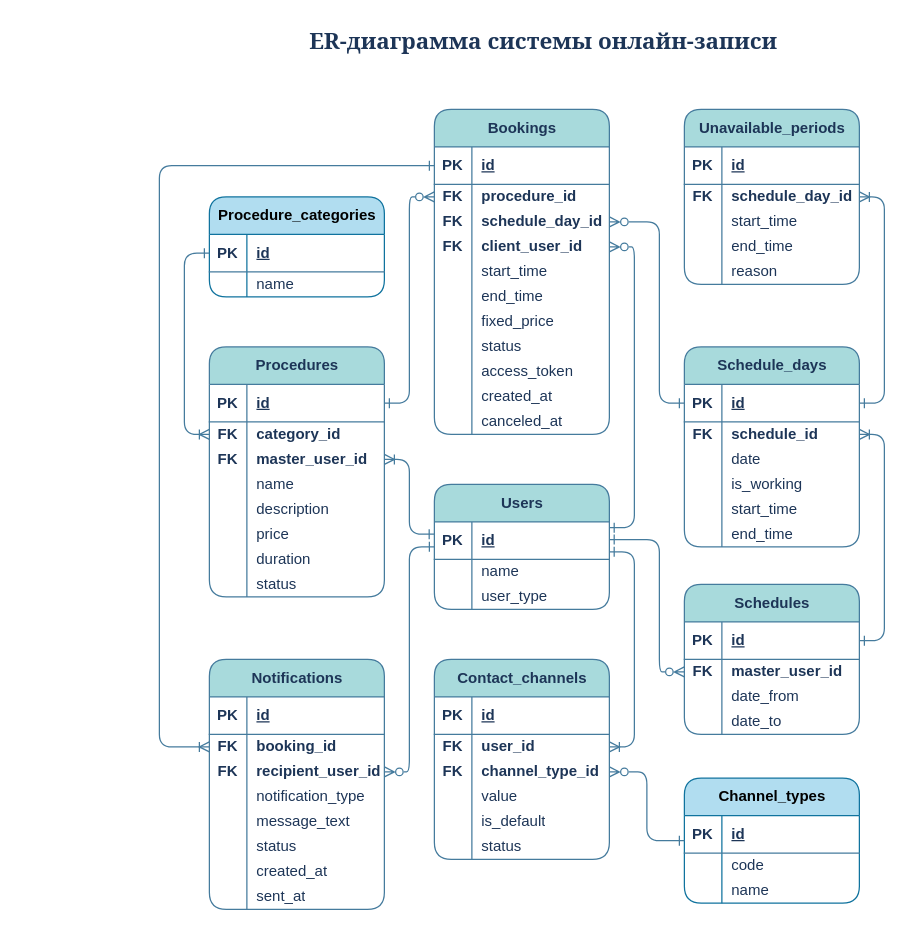
The draw.io diagram Case 01: online booking/data-model/er-diagram.drawio in Katerina-analyst/Portfolio, before the edit. Source tidied: cells renumbered, new cells numbered last; positions are measured from the earlier drawing's top-left corner, leaving out a move shared by most shapes. Both pictures are drawn from the tidied source at 125%, with x=0, y=0 at pixel (21, 21).
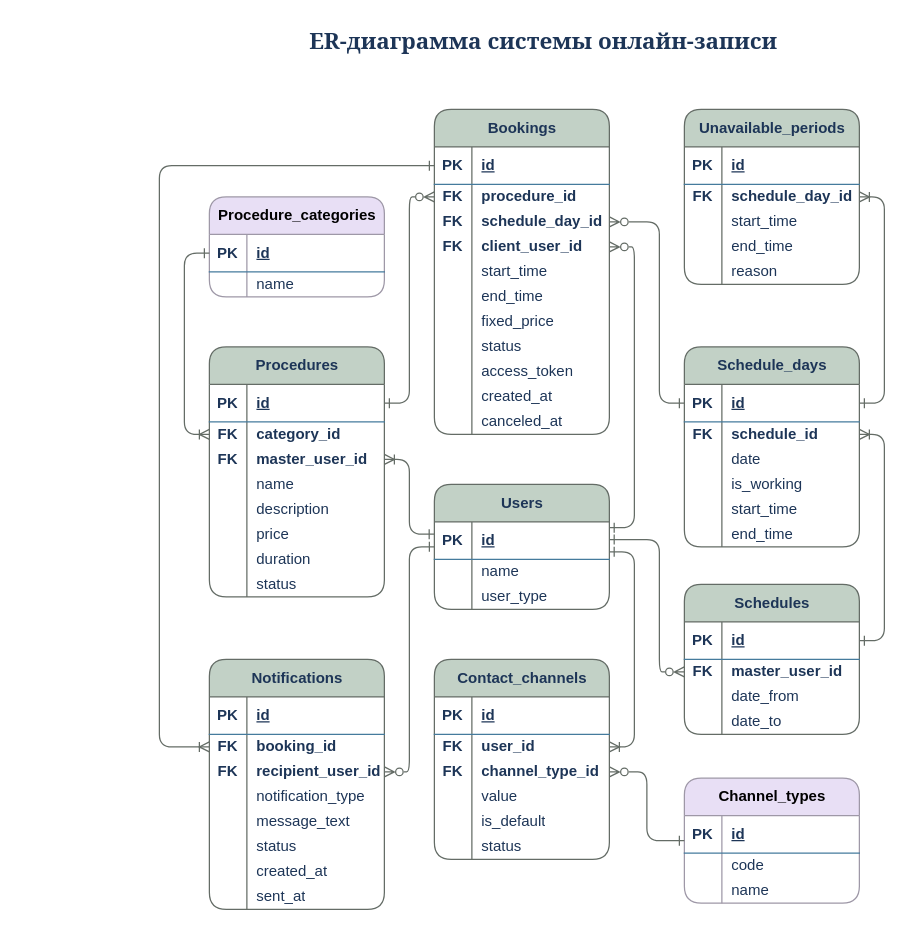
After the change.

The change refers to these unchanged cells:
```xml
<mxCell id="3" style="shape=tableRow;horizontal=0;startSize=0;swimlaneHead=0;swimlaneBody=0;fillColor=none;points=[[0,0.5],[1,0.5]];portConstraint=eastwest;top=0;left=0;right=0;bottom=1;swimlaneFillColor=none;shadow=0;labelBackgroundColor=none;strokeColor=#457B9D;fontColor=#1D3557;rounded=1;" parent="2" vertex="1">
  <mxGeometry y="30" width="140" height="30" as="geometry" />
</mxCell>
<mxCell id="6" style="shape=tableRow;horizontal=0;startSize=0;swimlaneHead=0;swimlaneBody=0;fillColor=none;points=[[0,0.5],[1,0.5]];portConstraint=eastwest;top=0;left=0;right=0;bottom=0;swimlaneFillColor=none;shadow=0;labelBackgroundColor=none;strokeColor=#457B9D;fontColor=#1D3557;rounded=1;" parent="2" vertex="1">
  <mxGeometry y="60" width="140" height="20" as="geometry" />
</mxCell>
<mxCell id="9" style="shape=tableRow;horizontal=0;startSize=0;swimlaneHead=0;swimlaneBody=0;fillColor=none;points=[[0,0.5],[1,0.5]];portConstraint=eastwest;top=0;left=0;right=0;bottom=0;swimlaneFillColor=none;shadow=0;labelBackgroundColor=none;strokeColor=#457B9D;fontColor=#1D3557;rounded=1;" parent="2" vertex="1">
  <mxGeometry y="80" width="140" height="20" as="geometry" />
</mxCell>
<mxCell id="28" style="shape=tableRow;horizontal=0;startSize=0;swimlaneHead=0;swimlaneBody=0;fillColor=none;points=[[0,0.5],[1,0.5]];portConstraint=eastwest;top=0;left=0;right=0;bottom=1;swimlaneFillColor=none;shadow=0;labelBackgroundColor=none;strokeColor=#457B9D;fontColor=#1D3557;rounded=1;" parent="27" vertex="1">
  <mxGeometry y="30" width="140" height="30" as="geometry" />
</mxCell>
<mxCell id="41" style="shape=tableRow;horizontal=0;startSize=0;swimlaneHead=0;swimlaneBody=0;fillColor=none;points=[[0,0.5],[1,0.5]];portConstraint=eastwest;top=0;left=0;right=0;bottom=0;swimlaneFillColor=none;shadow=0;labelBackgroundColor=none;strokeColor=#457B9D;fontColor=#1D3557;rounded=1;" parent="37" vertex="1">
  <mxGeometry y="60" width="140" height="20" as="geometry" />
</mxCell>
<mxCell id="44" style="shape=tableRow;horizontal=0;startSize=0;swimlaneHead=0;swimlaneBody=0;fillColor=none;points=[[0,0.5],[1,0.5]];portConstraint=eastwest;top=0;left=0;right=0;bottom=0;swimlaneFillColor=none;shadow=0;labelBackgroundColor=none;strokeColor=#457B9D;fontColor=#1D3557;rounded=1;" parent="37" vertex="1">
  <mxGeometry y="80" width="140" height="20" as="geometry" />
</mxCell>
<mxCell id="57" style="shape=tableRow;horizontal=0;startSize=0;swimlaneHead=0;swimlaneBody=0;fillColor=none;points=[[0,0.5],[1,0.5]];portConstraint=eastwest;top=0;left=0;right=0;bottom=1;labelBackgroundColor=none;strokeColor=#457B9D;fontColor=#1D3557;rounded=1;" parent="56" vertex="1">
  <mxGeometry y="30" width="140" height="30" as="geometry" />
</mxCell>
<mxCell id="67" style="shape=tableRow;horizontal=0;startSize=0;swimlaneHead=0;swimlaneBody=0;fillColor=none;points=[[0,0.5],[1,0.5]];portConstraint=eastwest;top=0;left=0;right=0;bottom=0;swimlaneFillColor=none;shadow=0;labelBackgroundColor=none;strokeColor=#457B9D;fontColor=#1D3557;rounded=1;" parent="63" vertex="1">
  <mxGeometry y="60" width="140" height="20" as="geometry" />
</mxCell>
<mxCell id="70" style="shape=tableRow;horizontal=0;startSize=0;swimlaneHead=0;swimlaneBody=0;fillColor=none;points=[[0,0.5],[1,0.5]];portConstraint=eastwest;top=0;left=0;right=0;bottom=0;swimlaneFillColor=none;shadow=0;labelBackgroundColor=none;strokeColor=#457B9D;fontColor=#1D3557;rounded=1;" parent="63" vertex="1">
  <mxGeometry y="80" width="140" height="20" as="geometry" />
</mxCell>
<mxCell id="89" style="shape=tableRow;horizontal=0;startSize=0;swimlaneHead=0;swimlaneBody=0;fillColor=none;points=[[0,0.5],[1,0.5]];portConstraint=eastwest;top=0;left=0;right=0;bottom=1;swimlaneFillColor=none;shadow=0;labelBackgroundColor=none;strokeColor=#457B9D;fontColor=#1D3557;rounded=1;" parent="88" vertex="1">
  <mxGeometry y="30" width="140" height="30" as="geometry" />
</mxCell>
<mxCell id="92" style="shape=tableRow;horizontal=0;startSize=0;swimlaneHead=0;swimlaneBody=0;fillColor=none;points=[[0,0.5],[1,0.5]];portConstraint=eastwest;top=0;left=0;right=0;bottom=0;swimlaneFillColor=none;shadow=0;labelBackgroundColor=none;strokeColor=#457B9D;fontColor=#1D3557;rounded=1;" parent="88" vertex="1">
  <mxGeometry y="60" width="140" height="20" as="geometry" />
</mxCell>
<mxCell id="95" style="shape=tableRow;horizontal=0;startSize=0;swimlaneHead=0;swimlaneBody=0;fillColor=none;points=[[0,0.5],[1,0.5]];portConstraint=eastwest;top=0;left=0;right=0;bottom=0;swimlaneFillColor=none;shadow=0;labelBackgroundColor=none;strokeColor=#457B9D;fontColor=#1D3557;rounded=1;" parent="88" vertex="1">
  <mxGeometry y="80" width="140" height="20" as="geometry" />
</mxCell>
<mxCell id="98" style="shape=tableRow;horizontal=0;startSize=0;swimlaneHead=0;swimlaneBody=0;fillColor=none;points=[[0,0.5],[1,0.5]];portConstraint=eastwest;top=0;left=0;right=0;bottom=0;swimlaneFillColor=none;shadow=0;labelBackgroundColor=none;strokeColor=#457B9D;fontColor=#1D3557;rounded=1;" parent="88" vertex="1">
  <mxGeometry y="100" width="140" height="20" as="geometry" />
</mxCell>
<mxCell id="123" style="shape=tableRow;horizontal=0;startSize=0;swimlaneHead=0;swimlaneBody=0;fillColor=none;points=[[0,0.5],[1,0.5]];portConstraint=eastwest;top=0;left=0;right=0;bottom=1;swimlaneFillColor=none;shadow=0;labelBackgroundColor=none;strokeColor=#457B9D;fontColor=#1D3557;rounded=1;" parent="122" vertex="1">
  <mxGeometry y="30" width="140" height="30" as="geometry" />
</mxCell>
<mxCell id="136" style="shape=tableRow;horizontal=0;startSize=0;swimlaneHead=0;swimlaneBody=0;fillColor=none;points=[[0,0.5],[1,0.5]];portConstraint=eastwest;top=0;left=0;right=0;bottom=0;swimlaneFillColor=none;shadow=0;labelBackgroundColor=none;strokeColor=#457B9D;fontColor=#1D3557;rounded=1;" parent="132" vertex="1">
  <mxGeometry y="60" width="140" height="20" as="geometry" />
</mxCell>
<mxCell id="149" style="shape=tableRow;horizontal=0;startSize=0;swimlaneHead=0;swimlaneBody=0;fillColor=none;points=[[0,0.5],[1,0.5]];portConstraint=eastwest;top=0;left=0;right=0;bottom=1;swimlaneFillColor=none;shadow=0;labelBackgroundColor=none;strokeColor=#457B9D;fontColor=#1D3557;rounded=1;" parent="148" vertex="1">
  <mxGeometry y="30" width="140" height="30" as="geometry" />
</mxCell>
<mxCell id="152" style="shape=tableRow;horizontal=0;startSize=0;swimlaneHead=0;swimlaneBody=0;fillColor=none;points=[[0,0.5],[1,0.5]];portConstraint=eastwest;top=0;left=0;right=0;bottom=0;swimlaneFillColor=none;shadow=0;labelBackgroundColor=none;strokeColor=#457B9D;fontColor=#1D3557;rounded=1;" parent="148" vertex="1">
  <mxGeometry y="60" width="140" height="20" as="geometry" />
</mxCell>
<mxCell id="168" style="shape=tableRow;horizontal=0;startSize=0;swimlaneHead=0;swimlaneBody=0;fillColor=none;points=[[0,0.5],[1,0.5]];portConstraint=eastwest;top=0;left=0;right=0;bottom=1;swimlaneFillColor=none;shadow=0;labelBackgroundColor=none;strokeColor=#457B9D;fontColor=#1D3557;rounded=1;" parent="167" vertex="1">
  <mxGeometry y="30" width="140" height="30" as="geometry" />
</mxCell>
<mxCell id="171" style="shape=tableRow;horizontal=0;startSize=0;swimlaneHead=0;swimlaneBody=0;fillColor=none;points=[[0,0.5],[1,0.5]];portConstraint=eastwest;top=0;left=0;right=0;bottom=0;swimlaneFillColor=none;shadow=0;labelBackgroundColor=none;strokeColor=#457B9D;fontColor=#1D3557;rounded=1;" parent="167" vertex="1">
  <mxGeometry y="60" width="140" height="20" as="geometry" />
</mxCell>
```

Diff of the diagram source:
```diff
@@
-    <mxCell id="2" value="Procedures" style="shape=table;startSize=30;childLayout=tableLayout;rowLines=0;fontStyle=1;align=center;html=1;swimlaneFillColor=none;shadow=0;rounded=1;fillColor=#A8DADC;strokeColor=#457B9D;labelBackgroundColor=none;fontColor=#1D3557;" parent="1" vertex="1">
+    <mxCell id="2" value="Procedures" style="shape=table;startSize=30;childLayout=tableLayout;rowLines=0;fontStyle=1;align=center;html=1;swimlaneFillColor=none;shadow=0;rounded=1;fillColor=#C2D1C6;strokeColor=#646C66;labelBackgroundColor=none;fontColor=#1D3557;" parent="1" vertex="1">
       <mxGeometry x="150" y="260" width="140" height="200" as="geometry" />
     </mxCell>
@@
-    <mxCell id="27" value="Users" style="shape=table;startSize=30;childLayout=tableLayout;rowLines=0;fontStyle=1;align=center;html=1;swimlaneFillColor=none;shadow=0;rounded=1;fillColor=#A8DADC;strokeColor=#457B9D;labelBackgroundColor=none;fontColor=#1D3557;" parent="1" vertex="1">
+    <mxCell id="27" value="Users" style="shape=table;startSize=30;childLayout=tableLayout;rowLines=0;fontStyle=1;align=center;html=1;swimlaneFillColor=none;shadow=0;rounded=1;fillColor=#C2D1C6;strokeColor=#646C66;labelBackgroundColor=none;fontColor=#1D3557;" parent="1" vertex="1">
       <mxGeometry x="330" y="370" width="140" height="100" as="geometry" />
     </mxCell>
@@
-    <mxCell id="37" value="Contact_channels" style="shape=table;startSize=30;childLayout=tableLayout;rowLines=0;fontStyle=1;align=center;html=1;swimlaneFillColor=none;shadow=0;rounded=1;fillColor=#A8DADC;strokeColor=#457B9D;labelBackgroundColor=none;fontColor=#1D3557;" parent="1" vertex="1">
+    <mxCell id="37" value="Contact_channels" style="shape=table;startSize=30;childLayout=tableLayout;rowLines=0;fontStyle=1;align=center;html=1;swimlaneFillColor=none;shadow=0;rounded=1;fillColor=#C2D1C6;strokeColor=#646C66;labelBackgroundColor=none;fontColor=#1D3557;" parent="1" vertex="1">
       <mxGeometry x="330" y="510" width="140" height="160" as="geometry" />
     </mxCell>
@@
-    <mxCell id="56" value="Procedure_categories" style="shape=table;startSize=30;childLayout=tableLayout;rowLines=0;fontStyle=1;align=center;html=1;rounded=1;swimlaneLine=1;columnLines=1;resizeLastRow=0;swimlaneHead=1;swimlaneBody=1;horizontal=1;top=1;bottom=1;left=1;fixDash=0;fillColor=#b1ddf0;strokeColor=#10739e;labelBackgroundColor=none;" parent="1" vertex="1">
+    <mxCell id="56" value="Procedure_categories" style="shape=table;startSize=30;childLayout=tableLayout;rowLines=0;fontStyle=1;align=center;html=1;rounded=1;swimlaneLine=1;columnLines=1;resizeLastRow=0;swimlaneHead=1;swimlaneBody=1;horizontal=1;top=1;bottom=1;left=1;fixDash=0;fillColor=#E8DFF5;strokeColor=#9E98A7;labelBackgroundColor=none;" parent="1" vertex="1">
       <mxGeometry x="150" y="140" width="140" height="80" as="geometry" />
     </mxCell>
@@
-    <mxCell id="63" value="Notifications" style="shape=table;startSize=30;childLayout=tableLayout;rowLines=0;fontStyle=1;align=center;html=1;swimlaneFillColor=none;shadow=0;rounded=1;fillColor=#A8DADC;strokeColor=#457B9D;labelBackgroundColor=none;fontColor=#1D3557;" parent="1" vertex="1">
+    <mxCell id="63" value="Notifications" style="shape=table;startSize=30;childLayout=tableLayout;rowLines=0;fontStyle=1;align=center;html=1;swimlaneFillColor=none;shadow=0;rounded=1;fillColor=#C2D1C6;strokeColor=#646C66;labelBackgroundColor=none;fontColor=#1D3557;" parent="1" vertex="1">
       <mxGeometry x="150" y="510" width="140" height="200" as="geometry" />
     </mxCell>
@@
-    <mxCell id="88" value="Bookings" style="shape=table;startSize=30;childLayout=tableLayout;rowLines=0;fontStyle=1;align=center;html=1;swimlaneFillColor=none;shadow=0;rounded=1;fillColor=#A8DADC;strokeColor=#457B9D;labelBackgroundColor=none;fontColor=#1D3557;" parent="1" vertex="1">
+    <mxCell id="88" value="Bookings" style="shape=table;startSize=30;childLayout=tableLayout;rowLines=0;fontStyle=1;align=center;html=1;swimlaneFillColor=none;shadow=0;rounded=1;fillColor=#C2D1C6;strokeColor=#646C66;labelBackgroundColor=none;fontColor=#1D3557;" parent="1" vertex="1">
       <mxGeometry x="330" y="70" width="140" height="260" as="geometry" />
     </mxCell>
@@
-    <mxCell id="122" value="Channel_types" style="shape=table;startSize=30;childLayout=tableLayout;rowLines=0;fontStyle=1;align=center;html=1;swimlaneFillColor=none;shadow=0;rounded=1;fillColor=#b1ddf0;strokeColor=#10739e;labelBackgroundColor=none;" parent="1" vertex="1">
+    <mxCell id="122" value="Channel_types" style="shape=table;startSize=30;childLayout=tableLayout;rowLines=0;fontStyle=1;align=center;html=1;swimlaneFillColor=none;shadow=0;rounded=1;fillColor=#E8DFF5;strokeColor=#9E98A7;labelBackgroundColor=none;" parent="1" vertex="1">
       <mxGeometry x="530" y="605" width="140" height="100" as="geometry" />
     </mxCell>
@@
-    <mxCell id="132" value="Unavailable_periods" style="shape=table;startSize=30;childLayout=tableLayout;rowLines=0;fontStyle=1;align=center;html=1;swimlaneFillColor=none;shadow=0;rounded=1;fillColor=#A8DADC;strokeColor=#457B9D;labelBackgroundColor=none;fontColor=#1D3557;" parent="1" vertex="1">
+    <mxCell id="132" value="Unavailable_periods" style="shape=table;startSize=30;childLayout=tableLayout;rowLines=0;fontStyle=1;align=center;html=1;swimlaneFillColor=none;shadow=0;rounded=1;fillColor=#C2D1C6;strokeColor=#646C66;labelBackgroundColor=none;fontColor=#1D3557;" parent="1" vertex="1">
       <mxGeometry x="530" y="70" width="140" height="140" as="geometry" />
     </mxCell>
@@
-    <mxCell id="148" value="Schedule_days" style="shape=table;startSize=30;childLayout=tableLayout;rowLines=0;fontStyle=1;align=center;html=1;swimlaneFillColor=none;shadow=0;rounded=1;fillColor=#A8DADC;strokeColor=#457B9D;labelBackgroundColor=none;fontColor=#1D3557;" parent="1" vertex="1">
+    <mxCell id="148" value="Schedule_days" style="shape=table;startSize=30;childLayout=tableLayout;rowLines=0;fontStyle=1;align=center;html=1;swimlaneFillColor=none;shadow=0;rounded=1;fillColor=#C2D1C6;strokeColor=#646C66;labelBackgroundColor=none;fontColor=#1D3557;" parent="1" vertex="1">
       <mxGeometry x="530" y="260" width="140" height="160" as="geometry" />
     </mxCell>
@@
-    <mxCell id="167" value="Schedules" style="shape=table;startSize=30;childLayout=tableLayout;rowLines=0;fontStyle=1;align=center;html=1;swimlaneFillColor=none;shadow=0;rounded=1;fillColor=#A8DADC;strokeColor=#457B9D;labelBackgroundColor=none;fontColor=#1D3557;" parent="1" vertex="1">
+    <mxCell id="167" value="Schedules" style="shape=table;startSize=30;childLayout=tableLayout;rowLines=0;fontStyle=1;align=center;html=1;swimlaneFillColor=none;shadow=0;rounded=1;fillColor=#C2D1C6;strokeColor=#646C66;labelBackgroundColor=none;fontColor=#1D3557;" parent="1" vertex="1">
       <mxGeometry x="530" y="450" width="140" height="120" as="geometry" />
     </mxCell>
@@
-    <mxCell id="180" value="&#10;&#10;&#10;&#10;&#10;&#10;" style="text;whiteSpace=wrap;labelBackgroundColor=none;fontColor=#1D3557;rounded=1;" parent="1" vertex="1">
-      <mxGeometry y="500" width="120" height="120" as="geometry" />
-    </mxCell>
-    <mxCell id="181" style="edgeStyle=orthogonalEdgeStyle;fontSize=12;html=1;endArrow=ERoneToMany;rounded=1;startArrow=ERone;startFill=0;exitX=-0.001;exitY=0.328;exitDx=0;exitDy=0;exitPerimeter=0;labelBackgroundColor=none;strokeColor=#457B9D;fontColor=default;" parent="1" edge="1" source="28" target="9">
+    <mxCell id="181" style="edgeStyle=orthogonalEdgeStyle;fontSize=12;html=1;endArrow=ERoneToMany;rounded=1;startArrow=ERone;startFill=0;exitX=-0.001;exitY=0.328;exitDx=0;exitDy=0;exitPerimeter=0;labelBackgroundColor=none;strokeColor=#646C66;fontColor=default;" parent="1" edge="1" source="28" target="9">
       <mxGeometry relative="1" as="geometry">
         <Array as="points">
           <mxPoint x="310" y="410" />
           <mxPoint x="310" y="350" />
         </Array>
       </mxGeometry>
     </mxCell>
-    <mxCell id="182" style="edgeStyle=orthogonalEdgeStyle;fontSize=12;html=1;endArrow=ERzeroToMany;rounded=1;startArrow=ERone;startFill=0;exitX=0;exitY=0.665;exitDx=0;exitDy=0;exitPerimeter=0;endFill=0;labelBackgroundColor=none;strokeColor=#457B9D;fontColor=default;" parent="1" edge="1" source="28" target="70">
+    <mxCell id="182" style="edgeStyle=orthogonalEdgeStyle;fontSize=12;html=1;endArrow=ERzeroToMany;rounded=1;startArrow=ERone;startFill=0;exitX=0;exitY=0.665;exitDx=0;exitDy=0;exitPerimeter=0;endFill=0;labelBackgroundColor=none;strokeColor=#646C66;fontColor=default;" parent="1" edge="1" source="28" target="70">
       <mxGeometry relative="1" as="geometry">
         <Array as="points">
           <mxPoint x="310" y="420" />
           <mxPoint x="310" y="600" />
         </Array>
       </mxGeometry>
     </mxCell>
-    <mxCell id="183" style="edgeStyle=orthogonalEdgeStyle;fontSize=12;html=1;endArrow=ERzeroToMany;rounded=1;startArrow=ERone;startFill=0;exitX=0.999;exitY=0.154;exitDx=0;exitDy=0;exitPerimeter=0;endFill=0;labelBackgroundColor=none;strokeColor=#457B9D;fontColor=default;" parent="1" edge="1" source="28" target="98">
+    <mxCell id="183" style="edgeStyle=orthogonalEdgeStyle;fontSize=12;html=1;endArrow=ERzeroToMany;rounded=1;startArrow=ERone;startFill=0;exitX=0.999;exitY=0.154;exitDx=0;exitDy=0;exitPerimeter=0;endFill=0;labelBackgroundColor=none;strokeColor=#646C66;fontColor=default;" parent="1" edge="1" source="28" target="98">
       <mxGeometry relative="1" as="geometry">
         <Array as="points">
           <mxPoint x="490" y="405" />
           <mxPoint x="490" y="180" />
         </Array>
       </mxGeometry>
     </mxCell>
-    <mxCell id="184" style="edgeStyle=orthogonalEdgeStyle;fontSize=12;html=1;endArrow=ERzeroToMany;rounded=1;startArrow=ERone;startFill=0;exitX=0.999;exitY=0.47;exitDx=0;exitDy=0;exitPerimeter=0;endFill=0;labelBackgroundColor=none;strokeColor=#457B9D;fontColor=default;" parent="1" edge="1" source="28" target="171">
+    <mxCell id="184" style="edgeStyle=orthogonalEdgeStyle;fontSize=12;html=1;endArrow=ERzeroToMany;rounded=1;startArrow=ERone;startFill=0;exitX=0.999;exitY=0.47;exitDx=0;exitDy=0;exitPerimeter=0;endFill=0;labelBackgroundColor=none;strokeColor=#646C66;fontColor=default;" parent="1" edge="1" source="28" target="171">
       <mxGeometry relative="1" as="geometry">
         <Array as="points">
           <mxPoint x="510" y="414" />
           <mxPoint x="510" y="520" />
         </Array>
       </mxGeometry>
     </mxCell>
-    <mxCell id="185" style="edgeStyle=orthogonalEdgeStyle;fontSize=12;html=1;endArrow=ERoneToMany;rounded=1;startArrow=ERone;startFill=0;exitX=0.999;exitY=0.798;exitDx=0;exitDy=0;exitPerimeter=0;labelBackgroundColor=none;strokeColor=#457B9D;fontColor=default;" parent="1" edge="1" source="28" target="41">
+    <mxCell id="185" style="edgeStyle=orthogonalEdgeStyle;fontSize=12;html=1;endArrow=ERoneToMany;rounded=1;startArrow=ERone;startFill=0;exitX=0.999;exitY=0.798;exitDx=0;exitDy=0;exitPerimeter=0;labelBackgroundColor=none;strokeColor=#646C66;fontColor=default;" parent="1" edge="1" source="28" target="41">
       <mxGeometry relative="1" as="geometry">
         <Array as="points">
           <mxPoint x="490" y="424" />
           <mxPoint x="490" y="580" />
         </Array>
       </mxGeometry>
     </mxCell>
-    <mxCell id="186" style="edgeStyle=orthogonalEdgeStyle;fontSize=12;html=1;endArrow=ERzeroToMany;rounded=1;startArrow=ERone;startFill=0;endFill=0;labelBackgroundColor=none;strokeColor=#457B9D;fontColor=default;" parent="1" edge="1" source="149" target="95">
+    <mxCell id="186" style="edgeStyle=orthogonalEdgeStyle;fontSize=12;html=1;endArrow=ERzeroToMany;rounded=1;startArrow=ERone;startFill=0;endFill=0;labelBackgroundColor=none;strokeColor=#646C66;fontColor=default;" parent="1" edge="1" source="149" target="95">
       <mxGeometry relative="1" as="geometry">
         <Array as="points">
           <mxPoint x="510" y="305" />
           <mxPoint x="510" y="160" />
         </Array>
       </mxGeometry>
     </mxCell>
-    <mxCell id="187" style="edgeStyle=orthogonalEdgeStyle;fontSize=12;html=1;endArrow=ERzeroToMany;rounded=1;startArrow=ERone;startFill=0;endFill=0;labelBackgroundColor=none;strokeColor=#457B9D;fontColor=default;" parent="1" edge="1" source="3" target="92">
+    <mxCell id="187" style="edgeStyle=orthogonalEdgeStyle;fontSize=12;html=1;endArrow=ERzeroToMany;rounded=1;startArrow=ERone;startFill=0;endFill=0;labelBackgroundColor=none;strokeColor=#646C66;fontColor=default;" parent="1" edge="1" source="3" target="92">
       <mxGeometry relative="1" as="geometry">
         <Array as="points">
           <mxPoint x="310" y="305" />
           <mxPoint x="310" y="140" />
         </Array>
       </mxGeometry>
     </mxCell>
-    <mxCell id="188" style="edgeStyle=orthogonalEdgeStyle;fontSize=12;html=1;endArrow=ERoneToMany;rounded=1;startArrow=ERone;startFill=0;labelBackgroundColor=none;strokeColor=#457B9D;fontColor=default;" parent="1" edge="1" source="89" target="67">
+    <mxCell id="188" style="edgeStyle=orthogonalEdgeStyle;fontSize=12;html=1;endArrow=ERoneToMany;rounded=1;startArrow=ERone;startFill=0;labelBackgroundColor=none;strokeColor=#646C66;fontColor=default;" parent="1" edge="1" source="89" target="67">
       <mxGeometry relative="1" as="geometry">
         <Array as="points">
           <mxPoint x="110" y="115" />
           <mxPoint x="110" y="580" />
         </Array>
       </mxGeometry>
     </mxCell>
-    <mxCell id="189" style="edgeStyle=orthogonalEdgeStyle;fontSize=12;html=1;endArrow=ERzeroToMany;rounded=1;startArrow=ERone;startFill=0;endFill=0;labelBackgroundColor=none;strokeColor=#457B9D;fontColor=default;" parent="1" edge="1" source="123" target="44">
+    <mxCell id="189" style="edgeStyle=orthogonalEdgeStyle;fontSize=12;html=1;endArrow=ERzeroToMany;rounded=1;startArrow=ERone;startFill=0;endFill=0;labelBackgroundColor=none;strokeColor=#646C66;fontColor=default;" parent="1" edge="1" source="123" target="44">
       <mxGeometry relative="1" as="geometry">
         <Array as="points">
           <mxPoint x="500" y="655" />
           <mxPoint x="500" y="600" />
         </Array>
       </mxGeometry>
     </mxCell>
-    <mxCell id="190" style="edgeStyle=orthogonalEdgeStyle;fontSize=12;html=1;endArrow=ERoneToMany;rounded=1;startArrow=ERone;startFill=0;labelBackgroundColor=none;strokeColor=#457B9D;fontColor=default;" parent="1" edge="1" source="168" target="152">
+    <mxCell id="190" style="edgeStyle=orthogonalEdgeStyle;fontSize=12;html=1;endArrow=ERoneToMany;rounded=1;startArrow=ERone;startFill=0;labelBackgroundColor=none;strokeColor=#646C66;fontColor=default;" parent="1" edge="1" source="168" target="152">
       <mxGeometry relative="1" as="geometry">
         <Array as="points">
           <mxPoint x="690" y="495" />
           <mxPoint x="690" y="330" />
         </Array>
       </mxGeometry>
     </mxCell>
-    <mxCell id="191" style="edgeStyle=orthogonalEdgeStyle;fontSize=12;html=1;endArrow=ERoneToMany;rounded=1;startArrow=ERone;startFill=0;labelBackgroundColor=none;strokeColor=#457B9D;fontColor=default;" parent="1" edge="1" source="149" target="136">
+    <mxCell id="191" style="edgeStyle=orthogonalEdgeStyle;fontSize=12;html=1;endArrow=ERoneToMany;rounded=1;startArrow=ERone;startFill=0;labelBackgroundColor=none;strokeColor=#646C66;fontColor=default;" parent="1" edge="1" source="149" target="136">
       <mxGeometry relative="1" as="geometry">
         <Array as="points">
           <mxPoint x="690" y="305" />
           <mxPoint x="690" y="140" />
         </Array>
       </mxGeometry>
     </mxCell>
-    <mxCell id="192" style="edgeStyle=orthogonalEdgeStyle;fontSize=12;html=1;endArrow=ERoneToMany;rounded=1;startArrow=ERone;startFill=0;labelBackgroundColor=none;strokeColor=#457B9D;fontColor=default;" parent="1" edge="1" source="57" target="6">
+    <mxCell id="192" style="edgeStyle=orthogonalEdgeStyle;fontSize=12;html=1;endArrow=ERoneToMany;rounded=1;startArrow=ERone;startFill=0;labelBackgroundColor=none;strokeColor=#646C66;fontColor=default;" parent="1" edge="1" source="57" target="6">
       <mxGeometry relative="1" as="geometry">
         <Array as="points">
           <mxPoint x="130" y="185" />
           <mxPoint x="130" y="330" />
         </Array>
       </mxGeometry>
     </mxCell>
```
